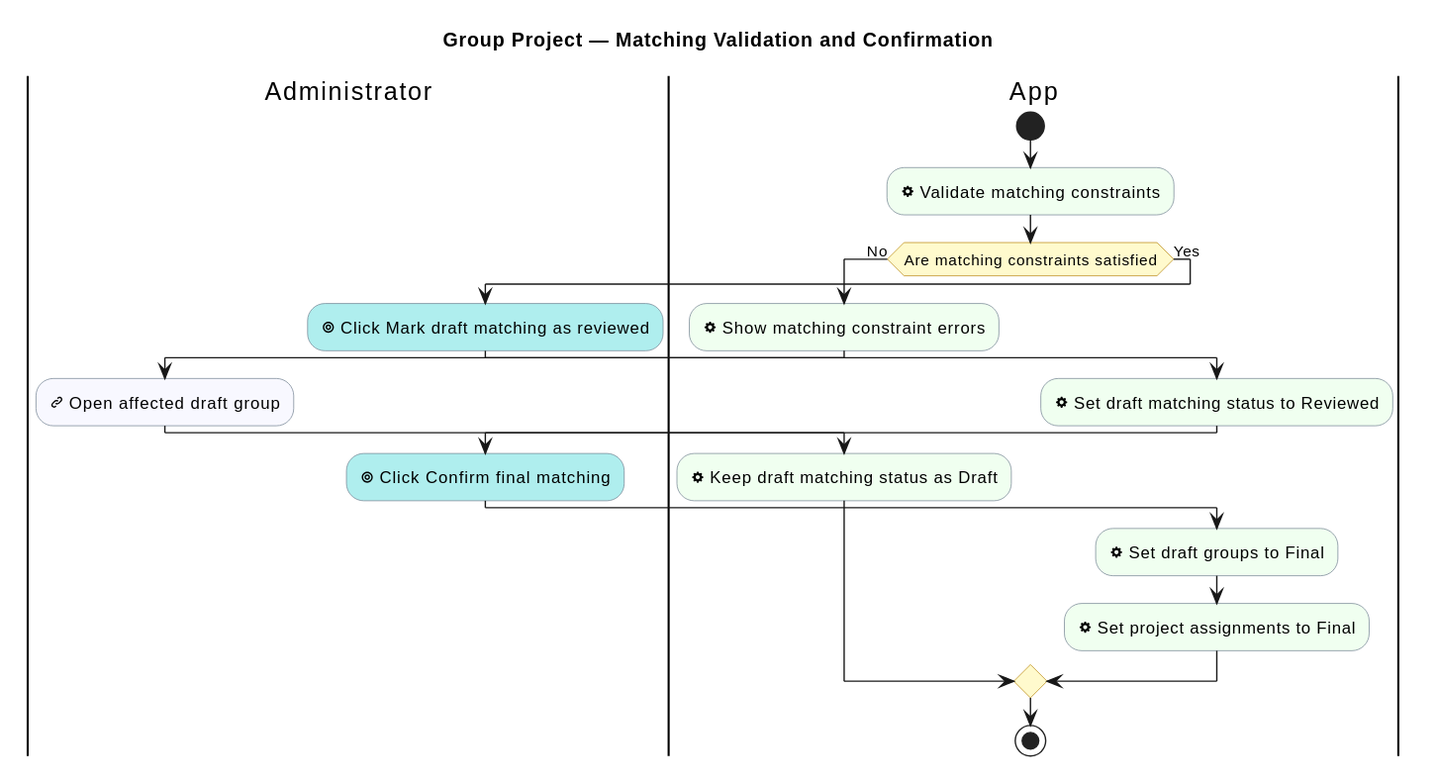
sdflkjssl/sdflkjssl.github.io keeps this PlantUML diagram as industrial-placement-group-project/diagrams/group-project/matching-validation-and-confirmation.svg. Above is the earlier version.
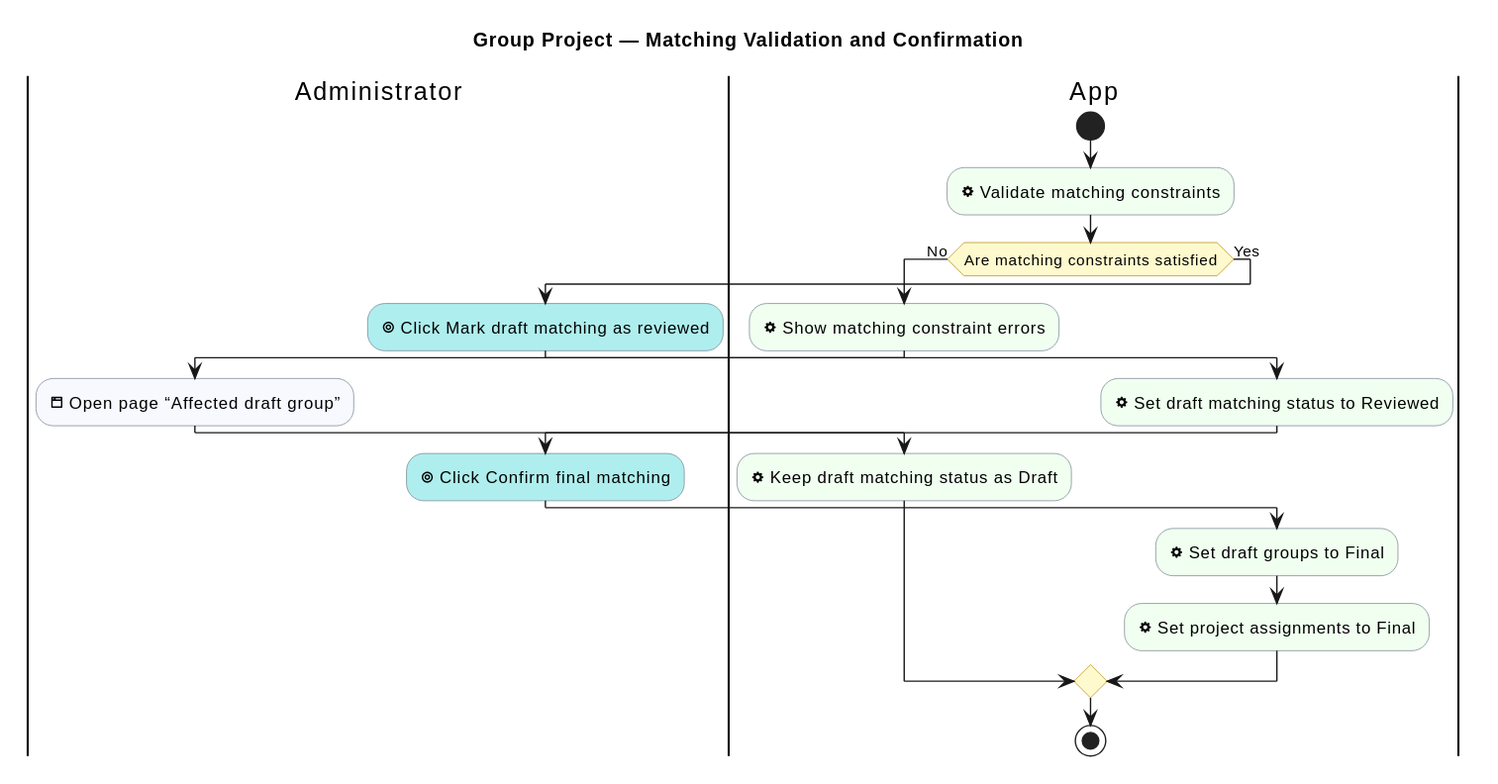
Above is the later version.

The edit, as a diff of the source:
```diff
@@ -16,7 +16,7 @@
 if (Are matching constraints satisfied) then (No)
   :<&cog> Show matching constraint errors; <<#HoneyDew>>
   |Administrator|
-  :<&link-intact> Open affected draft group; <<#GhostWhite>>
+  :<&browser> Open page “Affected draft group”; <<#GhostWhite>>
   |App|
   :<&cog> Keep draft matching status as Draft; <<#HoneyDew>>
 else (Yes)
```
